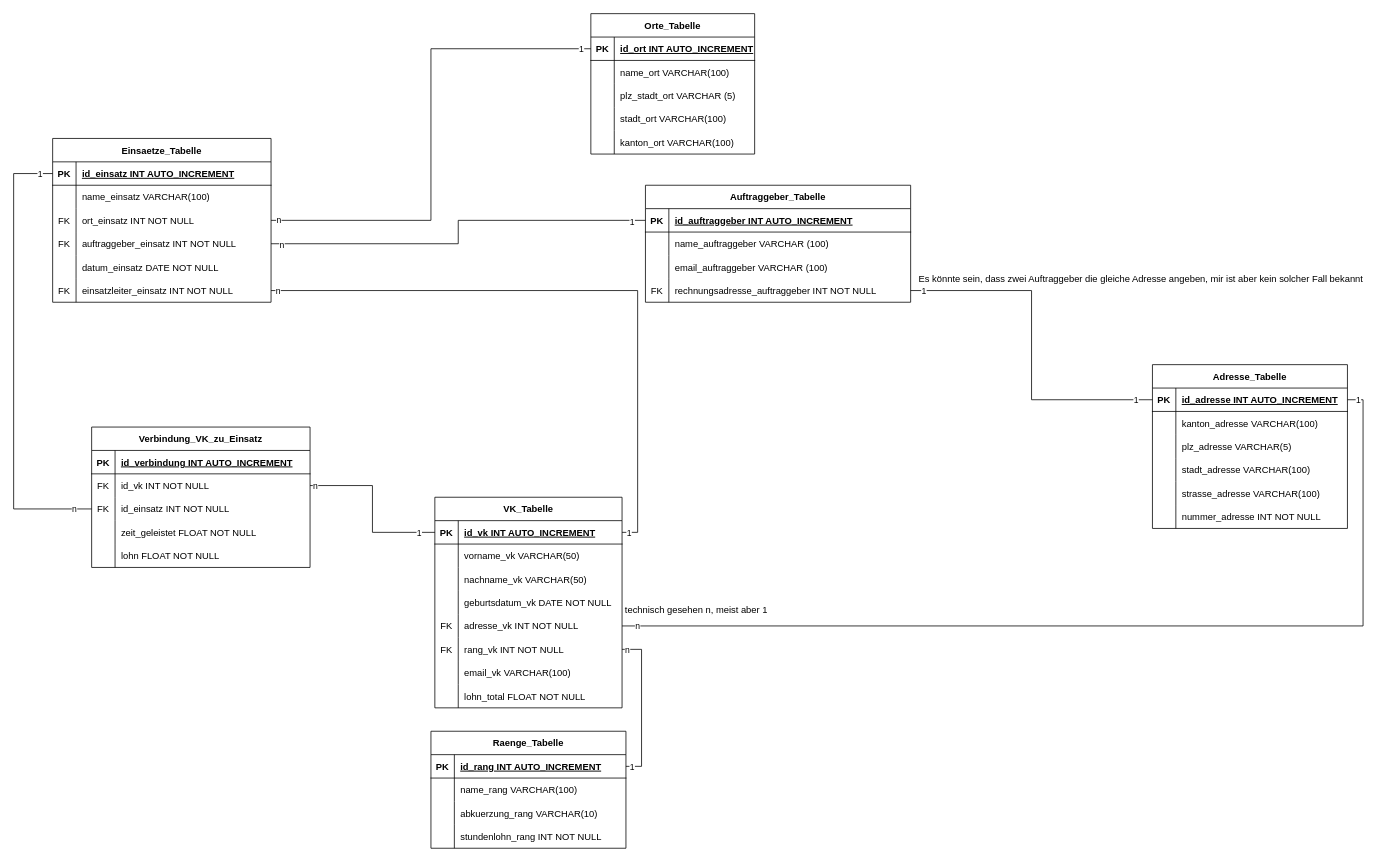
This is ERM_Datenbank.drawio from CMSuisse/ef5-Datenbank-Projekt, a draw.io file, before an edit. Source tidied: cells renumbered, new cells numbered last; positions are measured from the earlier drawing's top-left corner, leaving out a move shared by most shapes. Both pictures are drawn from the tidied source at 78%, with x=0, y=0 at pixel (13, 13).
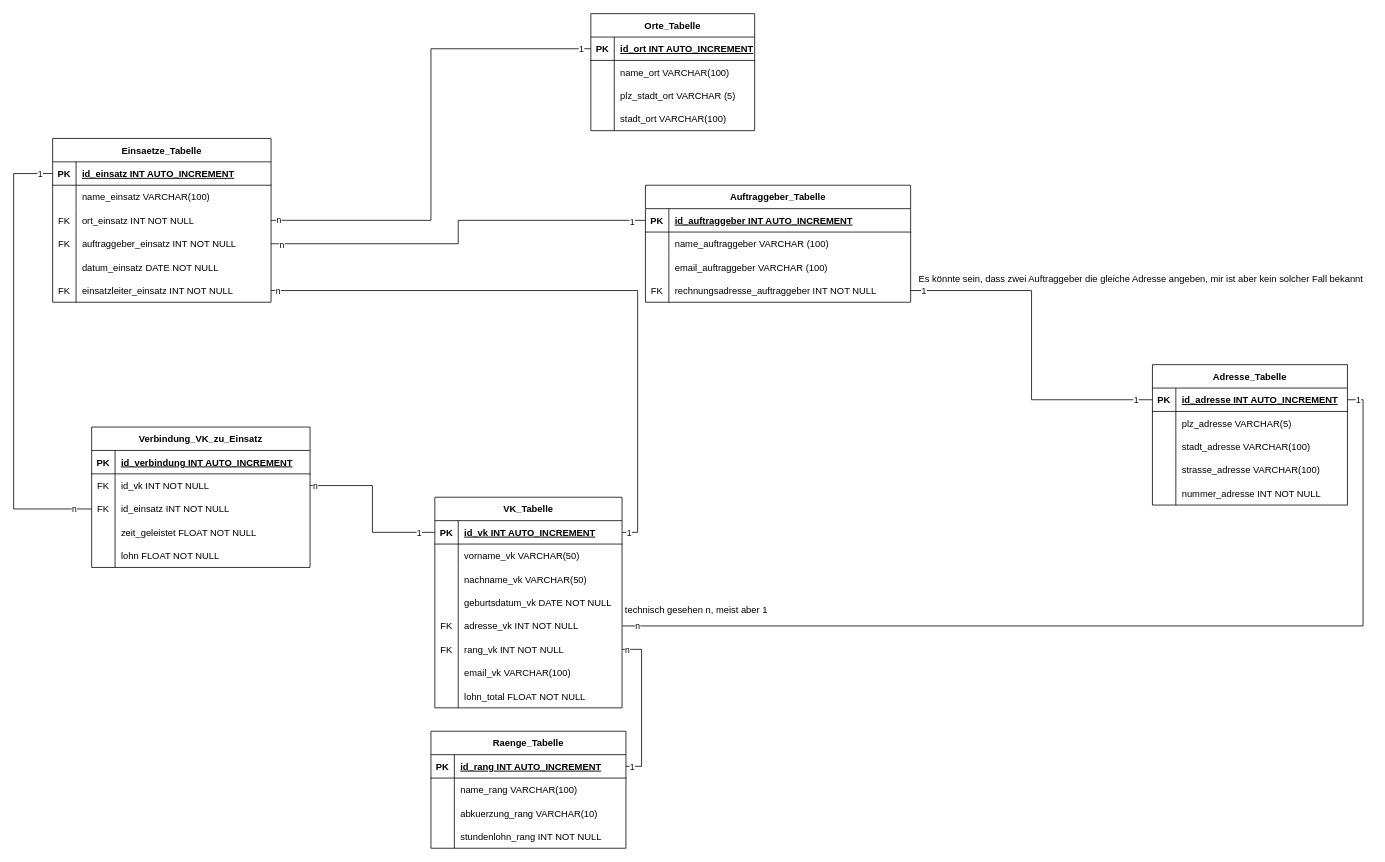
After the change.

What changed in the source:
```diff
@@
     <mxCell id="21" value="Orte_Tabelle" style="shape=table;startSize=30;childLayout=tableLayout;rowLines=0;fontStyle=1;align=center;" parent="1" vertex="1">
-      <mxGeometry x="740" width="210" height="180" as="geometry" />
+      <mxGeometry x="740" width="210" height="150" as="geometry" />
     </mxCell>
@@
-    <mxCell id="34" style="shape=tableRow;horizontal=0;startSize=0;swimlaneHead=0;swimlaneBody=0;fillColor=none;top=0;left=0;right=0;bottom=0;" parent="21" vertex="1">
-      <mxGeometry y="150" width="210" height="30" as="geometry" />
-    </mxCell>
-    <mxCell id="35" style="shape=partialRectangle;fillColor=none;top=0;left=0;bottom=0;right=0;overflow=hidden;" parent="34" vertex="1">
-      <mxGeometry width="30" height="30" as="geometry" />
-    </mxCell>
-    <mxCell id="36" value="kanton_ort VARCHAR(100)" style="shape=partialRectangle;fillColor=none;top=0;left=0;bottom=0;right=0;align=left;spacingLeft=6;overflow=hidden;" parent="34" vertex="1">
-      <mxGeometry x="30" width="180" height="30" as="geometry" />
-    </mxCell>
@@
     <mxCell id="56" value="Adresse_Tabelle" style="shape=table;startSize=30;childLayout=tableLayout;rowLines=0;fontStyle=1;align=center;" parent="1" vertex="1">
-      <mxGeometry x="1460" y="450" width="250" height="210" as="geometry" />
+      <mxGeometry x="1460" y="450" width="250" height="180" as="geometry" />
     </mxCell>
@@
-    <mxCell id="60" style="shape=tableRow;horizontal=0;startSize=0;swimlaneHead=0;swimlaneBody=0;fillColor=none;top=0;left=0;right=0;bottom=0;" parent="56" vertex="1">
-      <mxGeometry y="60" width="250" height="30" as="geometry" />
-    </mxCell>
-    <mxCell id="61" style="shape=partialRectangle;fillColor=none;top=0;left=0;bottom=0;right=0;overflow=hidden;" parent="60" vertex="1">
-      <mxGeometry width="30" height="30" as="geometry" />
-    </mxCell>
-    <mxCell id="62" value="kanton_adresse VARCHAR(100)" style="shape=partialRectangle;fillColor=none;top=0;left=0;bottom=0;right=0;align=left;spacingLeft=6;overflow=hidden;" parent="60" vertex="1">
-      <mxGeometry x="30" width="220" height="30" as="geometry" />
-    </mxCell>
     <mxCell id="63" style="shape=tableRow;horizontal=0;startSize=0;swimlaneHead=0;swimlaneBody=0;fillColor=none;top=0;left=0;right=0;bottom=0;" parent="56" vertex="1">
-      <mxGeometry y="90" width="250" height="30" as="geometry" />
+      <mxGeometry y="60" width="250" height="30" as="geometry" />
     </mxCell>
@@
     <mxCell id="66" style="shape=tableRow;horizontal=0;startSize=0;swimlaneHead=0;swimlaneBody=0;fillColor=none;top=0;left=0;right=0;bottom=0;" parent="56" vertex="1">
-      <mxGeometry y="120" width="250" height="30" as="geometry" />
+      <mxGeometry y="90" width="250" height="30" as="geometry" />
     </mxCell>
@@
     <mxCell id="69" style="shape=tableRow;horizontal=0;startSize=0;swimlaneHead=0;swimlaneBody=0;fillColor=none;top=0;left=0;right=0;bottom=0;" parent="56" vertex="1">
-      <mxGeometry y="150" width="250" height="30" as="geometry" />
+      <mxGeometry y="120" width="250" height="30" as="geometry" />
     </mxCell>
@@
     <mxCell id="72" style="shape=tableRow;horizontal=0;startSize=0;swimlaneHead=0;swimlaneBody=0;fillColor=none;top=0;left=0;right=0;bottom=0;" parent="56" vertex="1">
-      <mxGeometry y="180" width="250" height="30" as="geometry" />
+      <mxGeometry y="150" width="250" height="30" as="geometry" />
     </mxCell>
```
